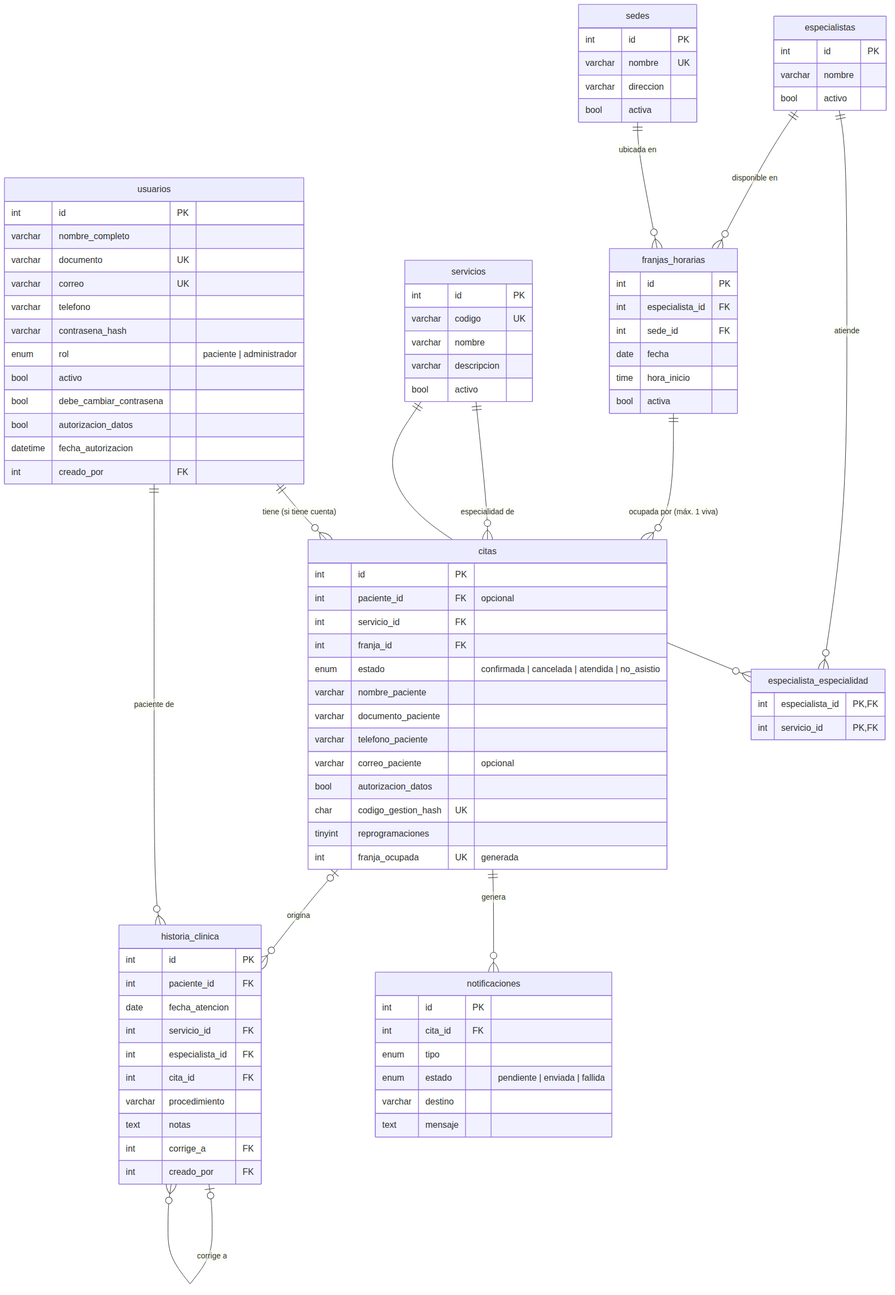
Before: docs/03-diseno/diagrama-er.png, a diagram exported from Mermaid (emmanuelartunduagach-hue/arte-odontologico). Its source is kept beside it as docs/03-diseno/diagrama-er.mmd. Source of this version:
```mermaid
erDiagram
    usuarios ||--o{ citas : "tiene (si tiene cuenta)"
    usuarios ||--o{ historia_clinica : "paciente de"
    servicios ||--o{ citas : "especialidad de"
    servicios ||--o{ especialista_especialidad : ""
    especialistas ||--o{ especialista_especialidad : "atiende"
    especialistas ||--o{ franjas_horarias : "disponible en"
    sedes ||--o{ franjas_horarias : "ubicada en"
    franjas_horarias ||--o{ citas : "ocupada por (máx. 1 viva)"
    citas ||--o{ notificaciones : "genera"
    citas |o--o{ historia_clinica : "origina"
    historia_clinica |o--o{ historia_clinica : "corrige a"

    usuarios {
        int id PK
        varchar nombre_completo
        varchar documento UK
        varchar correo UK
        varchar telefono
        varchar contrasena_hash
        enum rol "paciente | administrador"
        bool activo
        bool debe_cambiar_contrasena
        bool autorizacion_datos
        datetime fecha_autorizacion
        int creado_por FK
    }
    servicios {
        int id PK
        varchar codigo UK
        varchar nombre
        varchar descripcion
        bool activo
    }
    especialistas {
        int id PK
        varchar nombre
        bool activo
    }
    especialista_especialidad {
        int especialista_id PK,FK
        int servicio_id PK,FK
    }
    sedes {
        int id PK
        varchar nombre UK
        varchar direccion
        bool activa
    }
    franjas_horarias {
        int id PK
        int especialista_id FK
        int sede_id FK
        date fecha
        time hora_inicio
        bool activa
    }
    citas {
        int id PK
        int paciente_id FK "opcional"
        int servicio_id FK
        int franja_id FK
        enum estado "confirmada | cancelada | atendida | no_asistio"
        varchar nombre_paciente
        varchar documento_paciente
        varchar telefono_paciente
        varchar correo_paciente "opcional"
        bool autorizacion_datos
        char codigo_gestion_hash UK
        tinyint reprogramaciones
        int franja_ocupada UK "generada"
    }
    notificaciones {
        int id PK
        int cita_id FK
        enum tipo
        enum estado "pendiente | enviada | fallida"
        varchar destino
        text mensaje
    }
    historia_clinica {
        int id PK
        int paciente_id FK
        date fecha_atencion
        int servicio_id FK
        int especialista_id FK
        int cita_id FK
        varchar procedimiento
        text notas
        int corrige_a FK
        int creado_por FK
    }
```
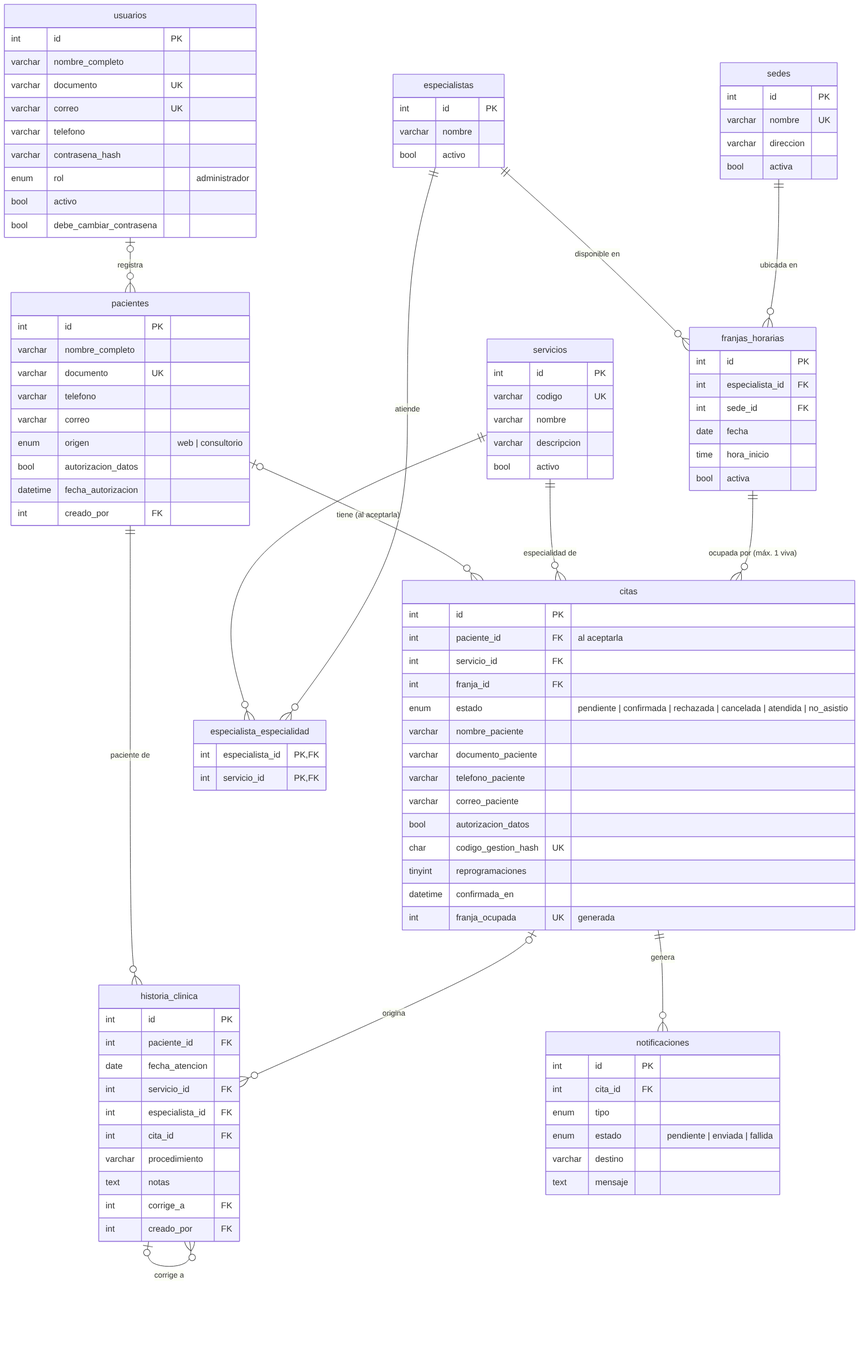
The same file after the commit.

What changed in the source:
```diff
@@ -1,6 +1,7 @@
 erDiagram
-    usuarios ||--o{ citas : "tiene (si tiene cuenta)"
-    usuarios ||--o{ historia_clinica : "paciente de"
+    pacientes |o--o{ citas : "tiene (al aceptarla)"
+    pacientes ||--o{ historia_clinica : "paciente de"
+    usuarios |o--o{ pacientes : "registra"
     servicios ||--o{ citas : "especialidad de"
     servicios ||--o{ especialista_especialidad : ""
     especialistas ||--o{ especialista_especialidad : "atiende"
@@ -18,9 +19,17 @@
         varchar correo UK
         varchar telefono
         varchar contrasena_hash
-        enum rol "paciente | administrador"
+        enum rol "administrador"
         bool activo
         bool debe_cambiar_contrasena
+    }
+    pacientes {
+        int id PK
+        varchar nombre_completo
+        varchar documento UK
+        varchar telefono
+        varchar correo
+        enum origen "web | consultorio"
         bool autorizacion_datos
         datetime fecha_autorizacion
         int creado_por FK
@@ -57,17 +66,18 @@
     }
     citas {
         int id PK
-        int paciente_id FK "opcional"
+        int paciente_id FK "al aceptarla"
         int servicio_id FK
         int franja_id FK
-        enum estado "confirmada | cancelada | atendida | no_asistio"
+        enum estado "pendiente | confirmada | rechazada | cancelada | atendida | no_asistio"
         varchar nombre_paciente
         varchar documento_paciente
         varchar telefono_paciente
-        varchar correo_paciente "opcional"
+        varchar correo_paciente
         bool autorizacion_datos
         char codigo_gestion_hash UK
         tinyint reprogramaciones
+        datetime confirmada_en
         int franja_ocupada UK "generada"
     }
     notificaciones {
```
